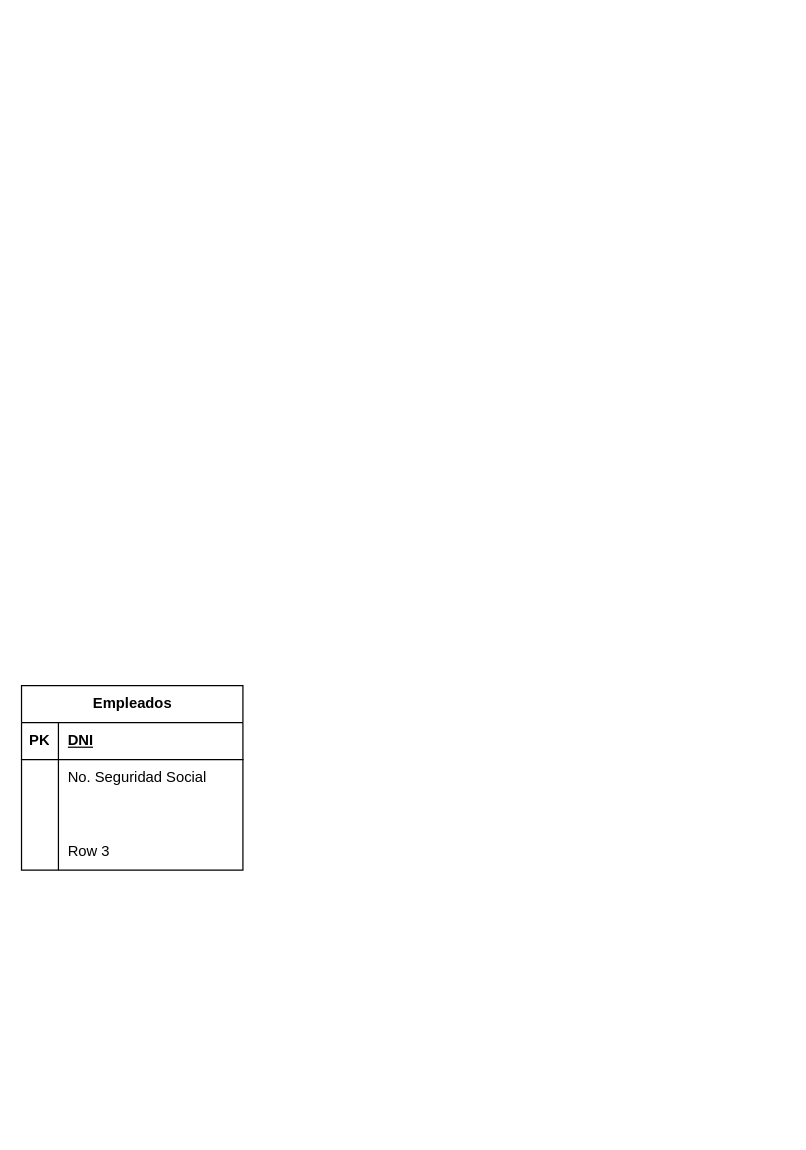
Earlier version of the draw.io diagram Ejercicio_7_Organigrama.drawio (BasementHalfStackDev/ejercicios-ud12). Source tidied: cells renumbered, new cells numbered last; positions are measured from the earlier drawing's top-left corner, leaving out a move shared by most shapes. Both pictures are drawn from the tidied source at 123%, with x=0, y=0 at pixel (21, 685).
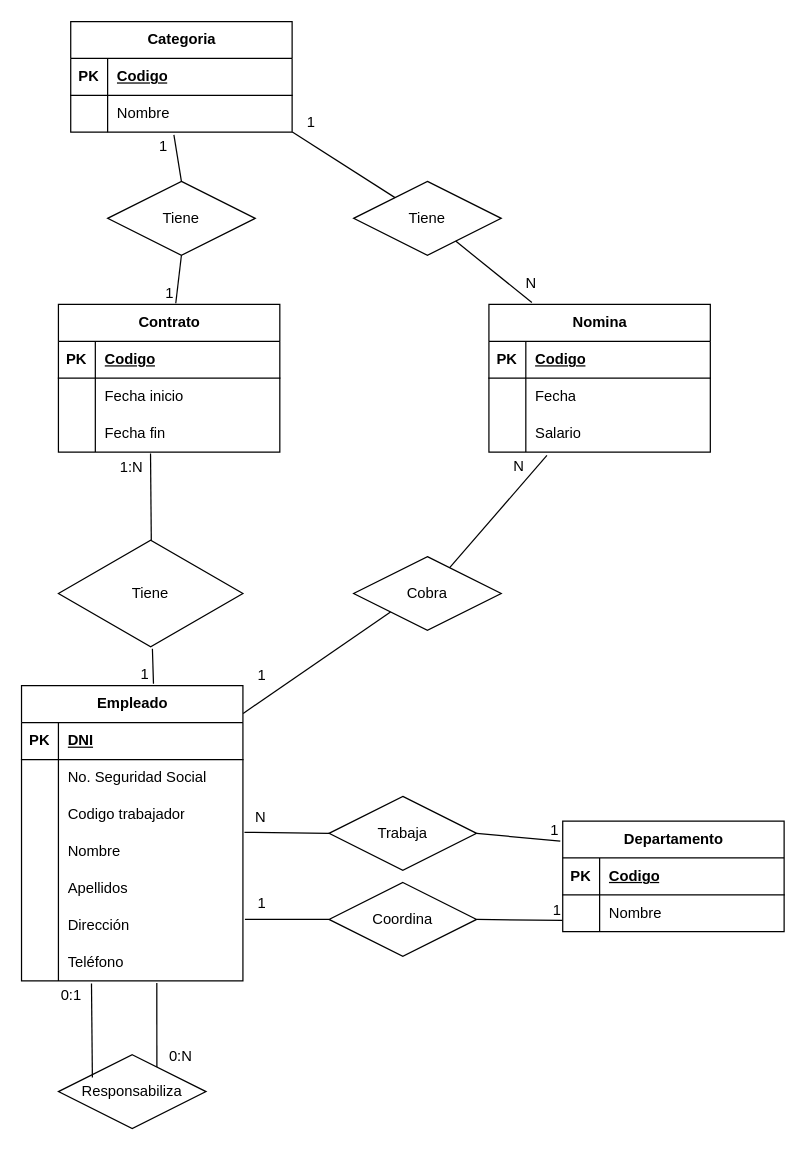
Above is the later version.

Unchanged cells that the change refers to:
```xml
<mxCell id="9" style="shape=tableRow;horizontal=0;startSize=0;swimlaneHead=0;swimlaneBody=0;fillColor=none;top=0;left=0;right=0;bottom=0;" parent="2" vertex="1">
  <mxGeometry y="90" width="180" height="30" as="geometry" />
</mxCell>
<mxCell id="12" style="shape=tableRow;horizontal=0;startSize=0;swimlaneHead=0;swimlaneBody=0;fillColor=none;points=[[0,0.5],[1,0.5]];portConstraint=eastwest;top=0;left=0;right=0;bottom=0;" parent="2" vertex="1">
  <mxGeometry y="120" width="180" height="30" as="geometry" />
</mxCell>
```

The edit, as a diff of the source:
```diff
@@
-    <mxCell id="2" value="Empleados" style="shape=table;startSize=30;childLayout=tableLayout;rowLines=0;fontStyle=1;align=center;html=1;" parent="1" vertex="1">
-      <mxGeometry width="180" height="150" as="geometry" />
+    <mxCell id="2" value="Empleado" style="shape=table;startSize=30;childLayout=tableLayout;rowLines=0;fontStyle=1;align=center;html=1;" parent="1" vertex="1">
+      <mxGeometry width="180" height="240" as="geometry" />
     </mxCell>
@@
-    <mxCell id="11" style="shape=partialRectangle;fillColor=none;top=0;left=0;bottom=0;right=0;align=left;spacingLeft=6;overflow=hidden;whiteSpace=wrap;html=1;" parent="9" vertex="1">
+    <mxCell id="11" value="Codigo trabajador" style="shape=partialRectangle;fillColor=none;top=0;left=0;bottom=0;right=0;align=left;spacingLeft=6;overflow=hidden;whiteSpace=wrap;html=1;" parent="9" vertex="1">
       <mxGeometry x="30" width="150" height="30" as="geometry" />
     </mxCell>
@@
-    <mxCell id="14" value="Row 3" style="shape=partialRectangle;fillColor=none;top=0;left=0;bottom=0;right=0;align=left;spacingLeft=6;overflow=hidden;whiteSpace=wrap;html=1;" parent="12" vertex="1">
+    <mxCell id="14" value="Nombre" style="shape=partialRectangle;fillColor=none;top=0;left=0;bottom=0;right=0;align=left;spacingLeft=6;overflow=hidden;whiteSpace=wrap;html=1;" parent="12" vertex="1">
       <mxGeometry x="30" width="150" height="30" as="geometry" />
     </mxCell>
+    <mxCell id="15" style="shape=tableRow;horizontal=0;startSize=0;swimlaneHead=0;swimlaneBody=0;fillColor=none;top=0;left=0;right=0;bottom=0;" parent="2" vertex="1">
+      <mxGeometry y="150" width="180" height="30" as="geometry" />
+    </mxCell>
+    <mxCell id="16" style="shape=partialRectangle;fillColor=none;top=0;left=0;bottom=0;right=0;overflow=hidden;whiteSpace=wrap;html=1;" parent="15" vertex="1">
+      <mxGeometry width="30" height="30" as="geometry" />
+    </mxCell>
+    <mxCell id="17" value="Apellidos" style="shape=partialRectangle;fillColor=none;top=0;left=0;bottom=0;right=0;align=left;spacingLeft=6;overflow=hidden;whiteSpace=wrap;html=1;" parent="15" vertex="1">
+      <mxGeometry x="30" width="150" height="30" as="geometry" />
+    </mxCell>
+    <mxCell id="18" style="shape=tableRow;horizontal=0;startSize=0;swimlaneHead=0;swimlaneBody=0;fillColor=none;points=[[0,0.5],[1,0.5]];portConstraint=eastwest;top=0;left=0;right=0;bottom=0;" parent="2" vertex="1">
+      <mxGeometry y="180" width="180" height="30" as="geometry" />
+    </mxCell>
+    <mxCell id="19" style="shape=partialRectangle;fillColor=none;top=0;left=0;bottom=0;right=0;overflow=hidden;whiteSpace=wrap;html=1;" parent="18" vertex="1">
+      <mxGeometry width="30" height="30" as="geometry" />
+    </mxCell>
+    <mxCell id="20" value="Dirección" style="shape=partialRectangle;fillColor=none;top=0;left=0;bottom=0;right=0;align=left;spacingLeft=6;overflow=hidden;whiteSpace=wrap;html=1;" parent="18" vertex="1">
+      <mxGeometry x="30" width="150" height="30" as="geometry" />
+    </mxCell>
+    <mxCell id="21" style="shape=tableRow;horizontal=0;startSize=0;swimlaneHead=0;swimlaneBody=0;fillColor=none;points=[[0,0.5],[1,0.5]];portConstraint=eastwest;top=0;left=0;right=0;bottom=0;" parent="2" vertex="1">
+      <mxGeometry y="210" width="180" height="30" as="geometry" />
+    </mxCell>
+    <mxCell id="22" style="shape=partialRectangle;fillColor=none;top=0;left=0;bottom=0;right=0;overflow=hidden;whiteSpace=wrap;html=1;" parent="21" vertex="1">
+      <mxGeometry width="30" height="30" as="geometry" />
+    </mxCell>
+    <mxCell id="23" value="Teléfono" style="shape=partialRectangle;fillColor=none;top=0;left=0;bottom=0;right=0;align=left;spacingLeft=6;overflow=hidden;whiteSpace=wrap;html=1;" parent="21" vertex="1">
+      <mxGeometry x="30" width="150" height="30" as="geometry" />
+    </mxCell>
+    <mxCell id="24" value="Departamento" style="shape=table;startSize=30;childLayout=tableLayout;rowLines=0;fontStyle=1;align=center;html=1;" parent="1" vertex="1">
+      <mxGeometry x="440" y="110" width="180" height="90" as="geometry" />
+    </mxCell>
+    <mxCell id="25" style="shape=tableRow;horizontal=0;startSize=0;swimlaneHead=0;swimlaneBody=0;fillColor=none;top=0;left=0;right=0;bottom=1;" parent="24" vertex="1">
+      <mxGeometry y="30" width="180" height="30" as="geometry" />
+    </mxCell>
+    <mxCell id="26" value="PK" style="shape=partialRectangle;fillColor=none;top=0;left=0;bottom=0;right=0;fontStyle=1;overflow=hidden;whiteSpace=wrap;html=1;" parent="25" vertex="1">
+      <mxGeometry width="30" height="30" as="geometry" />
+    </mxCell>
+    <mxCell id="27" value="Codigo" style="shape=partialRectangle;fillColor=none;top=0;left=0;bottom=0;right=0;align=left;spacingLeft=6;fontStyle=5;overflow=hidden;whiteSpace=wrap;html=1;" parent="25" vertex="1">
+      <mxGeometry x="30" width="150" height="30" as="geometry" />
+    </mxCell>
+    <mxCell id="28" style="shape=tableRow;horizontal=0;startSize=0;swimlaneHead=0;swimlaneBody=0;fillColor=none;points=[[0,0.5],[1,0.5]];portConstraint=eastwest;top=0;left=0;right=0;bottom=0;" parent="24" vertex="1">
+      <mxGeometry y="60" width="180" height="30" as="geometry" />
+    </mxCell>
+    <mxCell id="29" style="shape=partialRectangle;fillColor=none;top=0;left=0;bottom=0;right=0;overflow=hidden;whiteSpace=wrap;html=1;" parent="28" vertex="1">
+      <mxGeometry width="30" height="30" as="geometry" />
+    </mxCell>
+    <mxCell id="30" value="Nombre" style="shape=partialRectangle;fillColor=none;top=0;left=0;bottom=0;right=0;align=left;spacingLeft=6;overflow=hidden;whiteSpace=wrap;html=1;" parent="28" vertex="1">
+      <mxGeometry x="30" width="150" height="30" as="geometry" />
+    </mxCell>
+    <mxCell id="31" value="Contrato" style="shape=table;startSize=30;childLayout=tableLayout;rowLines=0;fontStyle=1;align=center;html=1;" parent="1" vertex="1">
+      <mxGeometry x="30" y="-310" width="180" height="120" as="geometry" />
+    </mxCell>
+    <mxCell id="32" style="shape=tableRow;horizontal=0;startSize=0;swimlaneHead=0;swimlaneBody=0;fillColor=none;top=0;left=0;right=0;bottom=1;" parent="31" vertex="1">
+      <mxGeometry y="30" width="180" height="30" as="geometry" />
+    </mxCell>
+    <mxCell id="33" value="PK" style="shape=partialRectangle;fillColor=none;top=0;left=0;bottom=0;right=0;fontStyle=1;overflow=hidden;whiteSpace=wrap;html=1;" parent="32" vertex="1">
+      <mxGeometry width="30" height="30" as="geometry" />
+    </mxCell>
+    <mxCell id="34" value="Codigo" style="shape=partialRectangle;fillColor=none;top=0;left=0;bottom=0;right=0;align=left;spacingLeft=6;fontStyle=5;overflow=hidden;whiteSpace=wrap;html=1;" parent="32" vertex="1">
+      <mxGeometry x="30" width="150" height="30" as="geometry" />
+    </mxCell>
+    <mxCell id="35" style="shape=tableRow;horizontal=0;startSize=0;swimlaneHead=0;swimlaneBody=0;fillColor=none;top=0;left=0;right=0;bottom=0;" parent="31" vertex="1">
+      <mxGeometry y="60" width="180" height="30" as="geometry" />
+    </mxCell>
+    <mxCell id="36" style="shape=partialRectangle;fillColor=none;top=0;left=0;bottom=0;right=0;overflow=hidden;whiteSpace=wrap;html=1;" parent="35" vertex="1">
+      <mxGeometry width="30" height="30" as="geometry" />
+    </mxCell>
+    <mxCell id="37" value="Fecha inicio" style="shape=partialRectangle;fillColor=none;top=0;left=0;bottom=0;right=0;align=left;spacingLeft=6;overflow=hidden;whiteSpace=wrap;html=1;" parent="35" vertex="1">
+      <mxGeometry x="30" width="150" height="30" as="geometry" />
+    </mxCell>
+    <mxCell id="38" style="shape=tableRow;horizontal=0;startSize=0;swimlaneHead=0;swimlaneBody=0;fillColor=none;points=[[0,0.5],[1,0.5]];portConstraint=eastwest;top=0;left=0;right=0;bottom=0;" parent="31" vertex="1">
+      <mxGeometry y="90" width="180" height="30" as="geometry" />
+    </mxCell>
+    <mxCell id="39" style="shape=partialRectangle;fillColor=none;top=0;left=0;bottom=0;right=0;overflow=hidden;whiteSpace=wrap;html=1;" parent="38" vertex="1">
+      <mxGeometry width="30" height="30" as="geometry" />
+    </mxCell>
+    <mxCell id="40" value="Fecha fin" style="shape=partialRectangle;fillColor=none;top=0;left=0;bottom=0;right=0;align=left;spacingLeft=6;overflow=hidden;whiteSpace=wrap;html=1;" parent="38" vertex="1">
+      <mxGeometry x="30" width="150" height="30" as="geometry" />
+    </mxCell>
+    <mxCell id="41" value="Responsabiliza" style="shape=rhombus;perimeter=rhombusPerimeter;whiteSpace=wrap;html=1;align=center;" parent="1" vertex="1">
+      <mxGeometry x="30" y="300" width="120" height="60" as="geometry" />
+    </mxCell>
+    <mxCell id="42" value="Trabaja" style="shape=rhombus;perimeter=rhombusPerimeter;whiteSpace=wrap;html=1;align=center;" parent="1" vertex="1">
+      <mxGeometry x="250" y="90" width="120" height="60" as="geometry" />
+    </mxCell>
+    <mxCell id="43" style="endArrow=none;html=1;rounded=0;entryX=-0.011;entryY=0.182;entryDx=0;entryDy=0;entryPerimeter=0;exitX=1;exitY=0.5;exitDx=0;exitDy=0;" parent="1" edge="1" source="42" target="24">
+      <mxGeometry relative="1" as="geometry" />
+    </mxCell>
+    <mxCell id="44" value="1" style="html=1;whiteSpace=wrap;align=right;verticalAlign=bottom;" parent="43" vertex="1">
+      <mxGeometry x="1" relative="1" as="geometry" />
+    </mxCell>
+    <mxCell id="45" style="endArrow=none;html=1;rounded=0;entryX=1.007;entryY=-0.027;entryDx=0;entryDy=0;entryPerimeter=0;exitX=0;exitY=0.5;exitDx=0;exitDy=0;" parent="1" edge="1" source="42" target="12">
+      <mxGeometry relative="1" as="geometry" />
+    </mxCell>
+    <mxCell id="46" value="N" style="html=1;whiteSpace=wrap;align=right;verticalAlign=bottom;" parent="45" vertex="1">
+      <mxGeometry x="1" relative="1" as="geometry">
+        <mxPoint x="19" y="-4" as="offset" />
+      </mxGeometry>
+    </mxCell>
+    <mxCell id="47" style="endArrow=none;html=1;rounded=0;exitX=0.23;exitY=0.307;exitDx=0;exitDy=0;entryX=0.316;entryY=1.067;entryDx=0;entryDy=0;entryPerimeter=0;exitPerimeter=0;" parent="1" edge="1" source="41" target="21">
+      <mxGeometry relative="1" as="geometry" />
+    </mxCell>
+    <mxCell id="48" value="0:1" style="html=1;whiteSpace=wrap;align=right;verticalAlign=bottom;" parent="47" vertex="1">
+      <mxGeometry x="1" relative="1" as="geometry">
+        <mxPoint x="-7" y="18" as="offset" />
+      </mxGeometry>
+    </mxCell>
+    <mxCell id="49" style="endArrow=none;html=1;rounded=0;exitX=0.667;exitY=0.167;exitDx=0;exitDy=0;exitPerimeter=0;entryX=0.611;entryY=1.053;entryDx=0;entryDy=0;entryPerimeter=0;" parent="1" edge="1" source="41" target="21">
+      <mxGeometry relative="1" as="geometry" />
+    </mxCell>
+    <mxCell id="50" value="0:N" style="html=1;whiteSpace=wrap;align=right;verticalAlign=bottom;" parent="49" vertex="1">
+      <mxGeometry x="1" relative="1" as="geometry">
+        <mxPoint x="30" y="68" as="offset" />
+      </mxGeometry>
+    </mxCell>
+    <mxCell id="51" value="Coordina" style="shape=rhombus;perimeter=rhombusPerimeter;whiteSpace=wrap;html=1;align=center;" parent="1" vertex="1">
+      <mxGeometry x="250" y="160" width="120" height="60" as="geometry" />
+    </mxCell>
+    <mxCell id="52" style="endArrow=none;html=1;rounded=0;entryX=1.009;entryY=0.333;entryDx=0;entryDy=0;entryPerimeter=0;" parent="1" edge="1" target="18">
+      <mxGeometry relative="1" as="geometry">
+        <mxPoint x="250" y="190" as="sourcePoint" />
+      </mxGeometry>
+    </mxCell>
+    <mxCell id="53" value="1" style="html=1;whiteSpace=wrap;align=right;verticalAlign=bottom;" parent="52" vertex="1">
+      <mxGeometry x="1" relative="1" as="geometry">
+        <mxPoint x="18" y="-5" as="offset" />
+      </mxGeometry>
+    </mxCell>
+    <mxCell id="54" style="endArrow=none;html=1;rounded=0;entryX=-0.002;entryY=0.693;entryDx=0;entryDy=0;entryPerimeter=0;" parent="1" edge="1" target="28">
+      <mxGeometry relative="1" as="geometry">
+        <mxPoint x="370" y="190" as="sourcePoint" />
+      </mxGeometry>
+    </mxCell>
+    <mxCell id="55" value="1" style="html=1;whiteSpace=wrap;align=right;verticalAlign=bottom;" parent="54" vertex="1">
+      <mxGeometry x="1" relative="1" as="geometry" />
+    </mxCell>
+    <mxCell id="56" value="Categoria" style="shape=table;startSize=30;childLayout=tableLayout;rowLines=0;fontStyle=1;align=center;html=1;" parent="1" vertex="1">
+      <mxGeometry x="40" y="-540" width="180" height="90" as="geometry" />
+    </mxCell>
+    <mxCell id="57" style="shape=tableRow;horizontal=0;startSize=0;swimlaneHead=0;swimlaneBody=0;fillColor=none;top=0;left=0;right=0;bottom=1;" parent="56" vertex="1">
+      <mxGeometry y="30" width="180" height="30" as="geometry" />
+    </mxCell>
+    <mxCell id="58" value="PK" style="shape=partialRectangle;fillColor=none;top=0;left=0;bottom=0;right=0;fontStyle=1;overflow=hidden;whiteSpace=wrap;html=1;" parent="57" vertex="1">
+      <mxGeometry width="30" height="30" as="geometry" />
+    </mxCell>
+    <mxCell id="59" value="Codigo" style="shape=partialRectangle;fillColor=none;top=0;left=0;bottom=0;right=0;align=left;spacingLeft=6;fontStyle=5;overflow=hidden;whiteSpace=wrap;html=1;" parent="57" vertex="1">
+      <mxGeometry x="30" width="150" height="30" as="geometry" />
+    </mxCell>
+    <mxCell id="60" style="shape=tableRow;horizontal=0;startSize=0;swimlaneHead=0;swimlaneBody=0;fillColor=none;points=[[0,0.5],[1,0.5]];portConstraint=eastwest;top=0;left=0;right=0;bottom=0;" parent="56" vertex="1">
+      <mxGeometry y="60" width="180" height="30" as="geometry" />
+    </mxCell>
+    <mxCell id="61" style="shape=partialRectangle;fillColor=none;top=0;left=0;bottom=0;right=0;overflow=hidden;whiteSpace=wrap;html=1;" parent="60" vertex="1">
+      <mxGeometry width="30" height="30" as="geometry" />
+    </mxCell>
+    <mxCell id="62" value="Nombre" style="shape=partialRectangle;fillColor=none;top=0;left=0;bottom=0;right=0;align=left;spacingLeft=6;overflow=hidden;whiteSpace=wrap;html=1;" parent="60" vertex="1">
+      <mxGeometry x="30" width="150" height="30" as="geometry" />
+    </mxCell>
+    <mxCell id="63" value="Tiene" style="html=1;whiteSpace=wrap;shape=isoRectangle;" parent="1" vertex="1">
+      <mxGeometry x="30" y="-120" width="150" height="90" as="geometry" />
+    </mxCell>
+    <mxCell id="64" value="Tiene" style="shape=rhombus;perimeter=rhombusPerimeter;whiteSpace=wrap;html=1;align=center;" parent="1" vertex="1">
+      <mxGeometry x="70" y="-410" width="120" height="60" as="geometry" />
+    </mxCell>
+    <mxCell id="65" value="Nomina" style="shape=table;startSize=30;childLayout=tableLayout;rowLines=0;fontStyle=1;align=center;html=1;" parent="1" vertex="1">
+      <mxGeometry x="380" y="-310" width="180" height="120" as="geometry" />
+    </mxCell>
+    <mxCell id="66" style="shape=tableRow;horizontal=0;startSize=0;swimlaneHead=0;swimlaneBody=0;fillColor=none;top=0;left=0;right=0;bottom=1;" parent="65" vertex="1">
+      <mxGeometry y="30" width="180" height="30" as="geometry" />
+    </mxCell>
+    <mxCell id="67" value="PK" style="shape=partialRectangle;fillColor=none;top=0;left=0;bottom=0;right=0;fontStyle=1;overflow=hidden;whiteSpace=wrap;html=1;" parent="66" vertex="1">
+      <mxGeometry width="30" height="30" as="geometry" />
+    </mxCell>
+    <mxCell id="68" value="Codigo" style="shape=partialRectangle;fillColor=none;top=0;left=0;bottom=0;right=0;align=left;spacingLeft=6;fontStyle=5;overflow=hidden;whiteSpace=wrap;html=1;" parent="66" vertex="1">
+      <mxGeometry x="30" width="150" height="30" as="geometry" />
+    </mxCell>
+    <mxCell id="69" style="shape=tableRow;horizontal=0;startSize=0;swimlaneHead=0;swimlaneBody=0;fillColor=none;top=0;left=0;right=0;bottom=0;" parent="65" vertex="1">
+      <mxGeometry y="60" width="180" height="30" as="geometry" />
+    </mxCell>
+    <mxCell id="70" style="shape=partialRectangle;fillColor=none;top=0;left=0;bottom=0;right=0;overflow=hidden;whiteSpace=wrap;html=1;" parent="69" vertex="1">
+      <mxGeometry width="30" height="30" as="geometry" />
+    </mxCell>
+    <mxCell id="71" value="Fecha" style="shape=partialRectangle;fillColor=none;top=0;left=0;bottom=0;right=0;align=left;spacingLeft=6;overflow=hidden;whiteSpace=wrap;html=1;" parent="69" vertex="1">
+      <mxGeometry x="30" width="150" height="30" as="geometry" />
+    </mxCell>
+    <mxCell id="72" style="shape=tableRow;horizontal=0;startSize=0;swimlaneHead=0;swimlaneBody=0;fillColor=none;points=[[0,0.5],[1,0.5]];portConstraint=eastwest;top=0;left=0;right=0;bottom=0;" parent="65" vertex="1">
+      <mxGeometry y="90" width="180" height="30" as="geometry" />
+    </mxCell>
+    <mxCell id="73" style="shape=partialRectangle;fillColor=none;top=0;left=0;bottom=0;right=0;overflow=hidden;whiteSpace=wrap;html=1;" parent="72" vertex="1">
+      <mxGeometry width="30" height="30" as="geometry" />
+    </mxCell>
+    <mxCell id="74" value="Salario" style="shape=partialRectangle;fillColor=none;top=0;left=0;bottom=0;right=0;align=left;spacingLeft=6;overflow=hidden;whiteSpace=wrap;html=1;" parent="72" vertex="1">
+      <mxGeometry x="30" width="150" height="30" as="geometry" />
+    </mxCell>
+    <mxCell id="75" value="Cobra" style="shape=rhombus;perimeter=rhombusPerimeter;whiteSpace=wrap;html=1;align=center;" parent="1" vertex="1">
+      <mxGeometry x="270" y="-105" width="120" height="60" as="geometry" />
+    </mxCell>
+    <mxCell id="76" style="endArrow=none;html=1;rounded=0;exitX=0.496;exitY=0.019;exitDx=0;exitDy=0;exitPerimeter=0;entryX=0.416;entryY=1.041;entryDx=0;entryDy=0;entryPerimeter=0;" parent="1" edge="1" target="38">
+      <mxGeometry relative="1" as="geometry">
+        <mxPoint x="105.5" y="-118.3" as="sourcePoint" />
+      </mxGeometry>
+    </mxCell>
+    <mxCell id="77" value="1:N" style="html=1;whiteSpace=wrap;align=right;verticalAlign=bottom;" parent="76" vertex="1">
+      <mxGeometry x="1" relative="1" as="geometry">
+        <mxPoint x="-5" y="19" as="offset" />
+      </mxGeometry>
+    </mxCell>
+    <mxCell id="78" style="endArrow=none;html=1;rounded=0;entryX=0.596;entryY=-0.007;entryDx=0;entryDy=0;entryPerimeter=0;" parent="1" edge="1" source="63" target="2">
+      <mxGeometry relative="1" as="geometry" />
+    </mxCell>
+    <mxCell id="79" value="1" style="html=1;whiteSpace=wrap;align=right;verticalAlign=bottom;" parent="78" vertex="1">
+      <mxGeometry x="1" relative="1" as="geometry">
+        <mxPoint x="-2" y="1" as="offset" />
+      </mxGeometry>
+    </mxCell>
+    <mxCell id="80" style="endArrow=none;html=1;rounded=0;entryX=0.466;entryY=1.073;entryDx=0;entryDy=0;entryPerimeter=0;exitX=0.5;exitY=0;exitDx=0;exitDy=0;" parent="1" edge="1" source="64" target="60">
+      <mxGeometry relative="1" as="geometry" />
+    </mxCell>
+    <mxCell id="81" value="1" style="html=1;whiteSpace=wrap;align=right;verticalAlign=bottom;" parent="80" vertex="1">
+      <mxGeometry x="1" relative="1" as="geometry">
+        <mxPoint x="-4" y="18" as="offset" />
+      </mxGeometry>
+    </mxCell>
+    <mxCell id="82" style="endArrow=none;html=1;rounded=0;entryX=0.53;entryY=-0.008;entryDx=0;entryDy=0;entryPerimeter=0;exitX=0.5;exitY=1;exitDx=0;exitDy=0;" parent="1" edge="1" source="64" target="31">
+      <mxGeometry relative="1" as="geometry" />
+    </mxCell>
+    <mxCell id="83" value="1" style="html=1;whiteSpace=wrap;align=right;verticalAlign=bottom;" parent="82" vertex="1">
+      <mxGeometry x="1" relative="1" as="geometry" />
+    </mxCell>
+    <mxCell id="84" style="endArrow=none;html=1;rounded=0;entryX=0.262;entryY=1.089;entryDx=0;entryDy=0;entryPerimeter=0;" parent="1" edge="1" source="75" target="72">
+      <mxGeometry relative="1" as="geometry" />
+    </mxCell>
+    <mxCell id="85" value="N" style="html=1;whiteSpace=wrap;align=right;verticalAlign=bottom;" parent="84" vertex="1">
+      <mxGeometry x="1" relative="1" as="geometry">
+        <mxPoint x="-17" y="17" as="offset" />
+      </mxGeometry>
+    </mxCell>
+    <mxCell id="86" style="endArrow=none;html=1;rounded=0;entryX=1.001;entryY=0.094;entryDx=0;entryDy=0;entryPerimeter=0;exitX=0;exitY=1;exitDx=0;exitDy=0;" parent="1" edge="1" source="75" target="2">
+      <mxGeometry relative="1" as="geometry" />
+    </mxCell>
+    <mxCell id="87" value="1" style="html=1;whiteSpace=wrap;align=right;verticalAlign=bottom;" parent="86" vertex="1">
+      <mxGeometry x="1" relative="1" as="geometry">
+        <mxPoint x="20" y="-23" as="offset" />
+      </mxGeometry>
+    </mxCell>
+    <mxCell id="88" value="Tiene" style="shape=rhombus;perimeter=rhombusPerimeter;whiteSpace=wrap;html=1;align=center;" parent="1" vertex="1">
+      <mxGeometry x="270" y="-410" width="120" height="60" as="geometry" />
+    </mxCell>
+    <mxCell id="89" style="endArrow=none;html=1;rounded=0;entryX=0.194;entryY=-0.013;entryDx=0;entryDy=0;entryPerimeter=0;" parent="1" edge="1" source="88" target="65">
+      <mxGeometry relative="1" as="geometry" />
+    </mxCell>
+    <mxCell id="90" value="N" style="html=1;whiteSpace=wrap;align=right;verticalAlign=bottom;" parent="89" vertex="1">
+      <mxGeometry x="1" relative="1" as="geometry">
+        <mxPoint x="5" y="-8" as="offset" />
+      </mxGeometry>
+    </mxCell>
+    <mxCell id="91" style="endArrow=none;html=1;rounded=0;entryX=1.001;entryY=0.994;entryDx=0;entryDy=0;entryPerimeter=0;" parent="1" edge="1" source="88" target="60">
+      <mxGeometry relative="1" as="geometry" />
+    </mxCell>
+    <mxCell id="92" value="1" style="html=1;whiteSpace=wrap;align=right;verticalAlign=bottom;" parent="91" vertex="1">
+      <mxGeometry x="1" relative="1" as="geometry">
+        <mxPoint x="20" as="offset" />
+      </mxGeometry>
+    </mxCell>
```
